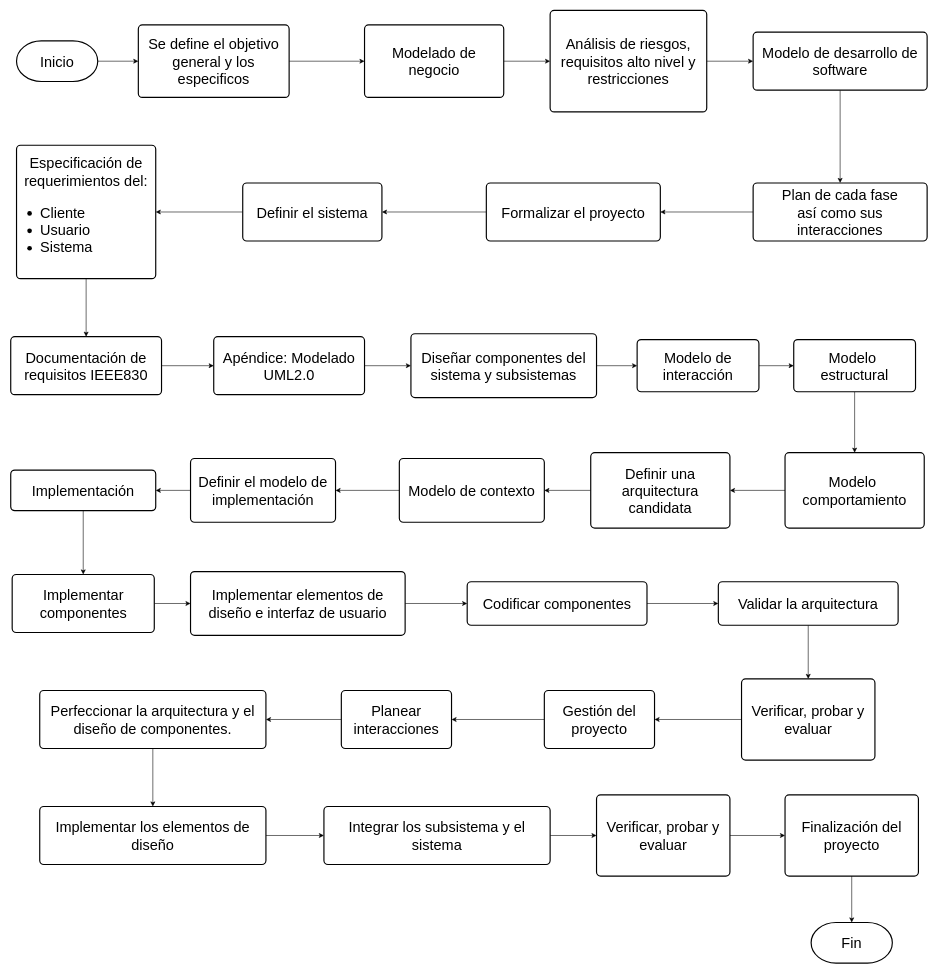
Earlier version of the draw.io diagram diagrams/U1/C0.3_Diagrama.drawio (daivandz/Analisis-Avanzado-de-Software). Source tidied: cells renumbered, new cells numbered last; positions are measured from the earlier drawing's top-left corner, leaving out a move shared by most shapes. Both pictures are drawn from the tidied source at 58%, with x=0, y=0 at pixel (10, 10).
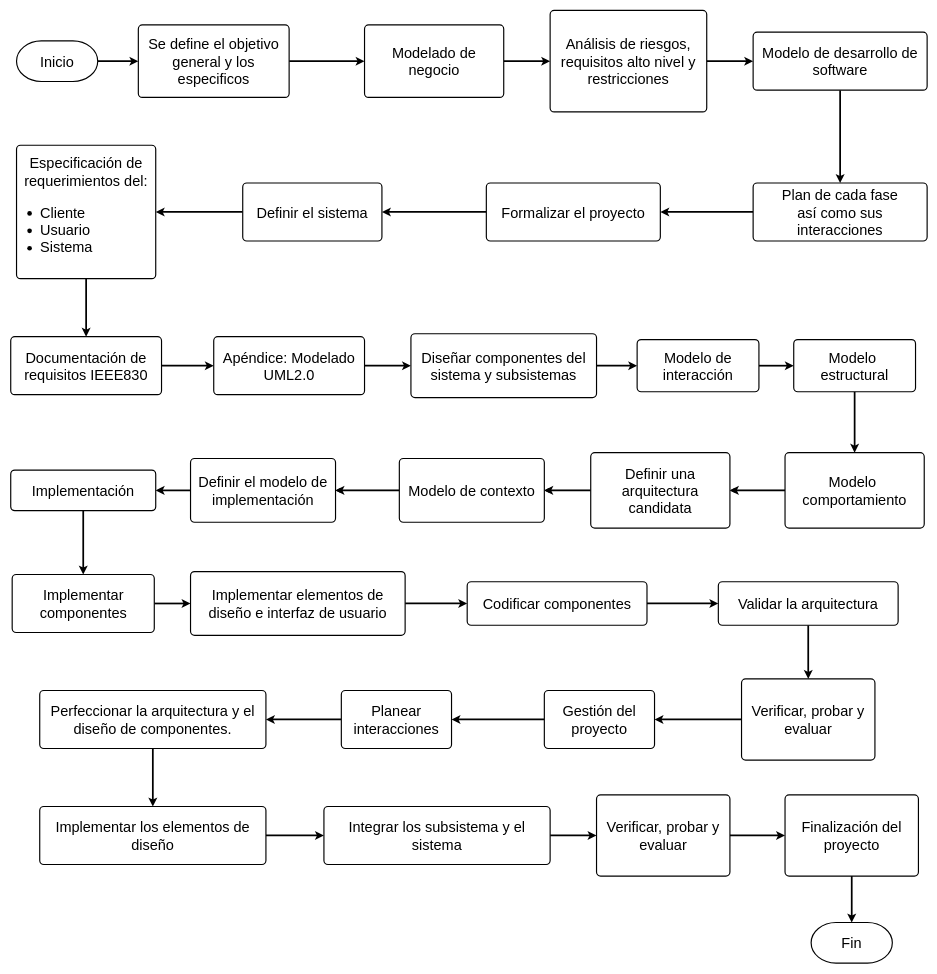
The same page after the edit.

Unchanged cells that the change refers to:
```xml
<mxCell id="3" value="&lt;font style=&quot;font-size: 25px&quot;&gt;Inicio&lt;/font&gt;" style="strokeWidth=2;html=1;shape=mxgraph.flowchart.terminator;whiteSpace=wrap;" parent="1" vertex="1">
<mxCell id="4" value="&lt;font style=&quot;font-size: 25px&quot;&gt;Fin&lt;br&gt;&lt;/font&gt;" style="strokeWidth=2;html=1;shape=mxgraph.flowchart.terminator;whiteSpace=wrap;" parent="1" vertex="1">
<mxCell id="6" value="&lt;font style=&quot;font-size: 25px&quot;&gt;Se define el objetivo general y los especificos&lt;/font&gt;" style="rounded=1;whiteSpace=wrap;html=1;absoluteArcSize=1;arcSize=14;strokeWidth=2;" parent="1" vertex="1">
<mxCell id="8" value="&lt;font style=&quot;font-size: 25px&quot;&gt;Modelado de negocio&lt;/font&gt;" style="rounded=1;whiteSpace=wrap;html=1;absoluteArcSize=1;arcSize=14;strokeWidth=2;" parent="1" vertex="1">
<mxCell id="10" value="&lt;div&gt;&lt;span style=&quot;font-size: 25px&quot;&gt;Análisis de riesgos, requisitos alto nivel y&lt;/span&gt;&lt;/div&gt;&lt;div&gt;&lt;span style=&quot;font-size: 25px&quot;&gt;restricciones&lt;/span&gt;&lt;/div&gt;" style="rounded=1;whiteSpace=wrap;html=1;absoluteArcSize=1;arcSize=14;strokeWidth=2;" parent="1" vertex="1">
<mxCell id="12" value="&lt;div&gt;&lt;span style=&quot;font-size: 25px&quot;&gt;Modelo de desarrollo de software&lt;/span&gt;&lt;/div&gt;" style="rounded=1;whiteSpace=wrap;html=1;absoluteArcSize=1;arcSize=14;strokeWidth=2;" parent="1" vertex="1">
<mxCell id="14" value="&lt;div&gt;&lt;span style=&quot;font-size: 25px&quot;&gt;Plan de cada fase&lt;/span&gt;&lt;/div&gt;&lt;div&gt;&lt;span style=&quot;font-size: 25px&quot;&gt;así como sus interacciones&lt;/span&gt;&lt;/div&gt;" style="rounded=1;whiteSpace=wrap;html=1;absoluteArcSize=1;arcSize=14;strokeWidth=2;" parent="1" vertex="1">
<mxCell id="16" value="&lt;span style=&quot;font-size: 25px&quot;&gt;Formalizar el proyecto&lt;/span&gt;" style="rounded=1;whiteSpace=wrap;html=1;absoluteArcSize=1;arcSize=14;strokeWidth=2;" parent="1" vertex="1">
<mxCell id="19" value="&lt;span style=&quot;font-size: 25px&quot;&gt;Definir el sistema&lt;/span&gt;" style="rounded=1;whiteSpace=wrap;html=1;absoluteArcSize=1;arcSize=14;strokeWidth=2;" parent="1" vertex="1">
<mxCell id="21" value="&lt;span style=&quot;font-size: 25px&quot;&gt;Especificación de requerimientos del:&lt;br&gt;&lt;ul&gt;&lt;li style=&quot;text-align: justify&quot;&gt;&lt;span style=&quot;font-size: 25px&quot;&gt;Cliente&lt;/span&gt;&lt;/li&gt;&lt;li style=&quot;text-align: justify&quot;&gt;&lt;span style=&quot;font-size: 25px&quot;&gt;Usuario&lt;/span&gt;&lt;/li&gt;&lt;li style=&quot;text-align: justify&quot;&gt;&lt;span style=&quot;font-size: 25px&quot;&gt;Sistema&lt;/span&gt;&lt;/li&gt;&lt;/ul&gt;&lt;/span&gt;" style="rounded=1;whiteSpace=wrap;html=1;absoluteArcSize=1;arcSize=14;strokeWidth=2;" parent="1" vertex="1">
<mxCell id="23" value="&lt;span style=&quot;font-size: 25px&quot;&gt;Documentación de requisitos IEEE830&lt;/span&gt;" style="rounded=1;whiteSpace=wrap;html=1;absoluteArcSize=1;arcSize=14;strokeWidth=2;" parent="1" vertex="1">
<mxCell id="25" value="&lt;span style=&quot;font-size: 25px&quot;&gt;Apéndice: Modelado UML2.0&lt;/span&gt;" style="rounded=1;whiteSpace=wrap;html=1;absoluteArcSize=1;arcSize=14;strokeWidth=2;" parent="1" vertex="1">
<mxCell id="27" value="&lt;span style=&quot;font-size: 25px&quot;&gt;Diseñar componentes del sistema y subsistemas&lt;/span&gt;" style="rounded=1;whiteSpace=wrap;html=1;absoluteArcSize=1;arcSize=14;strokeWidth=2;" parent="1" vertex="1">
<mxCell id="29" value="&lt;span style=&quot;font-size: 25px&quot;&gt;Modelo de interacción&lt;/span&gt;" style="rounded=1;whiteSpace=wrap;html=1;absoluteArcSize=1;arcSize=14;strokeWidth=2;" parent="1" vertex="1">
<mxCell id="31" value="&lt;span style=&quot;font-size: 25px&quot;&gt;Modelo&amp;nbsp;&lt;br&gt;&lt;/span&gt;&lt;span style=&quot;font-size: 25px&quot;&gt;estructural&lt;/span&gt;" style="rounded=1;whiteSpace=wrap;html=1;absoluteArcSize=1;arcSize=14;strokeWidth=2;" parent="1" vertex="1">
<mxCell id="33" value="&lt;span style=&quot;font-size: 25px&quot;&gt;Modelo&amp;nbsp;&lt;br&gt;&lt;/span&gt;&lt;span style=&quot;font-size: 25px&quot;&gt;comportamiento&lt;/span&gt;" style="rounded=1;whiteSpace=wrap;html=1;absoluteArcSize=1;arcSize=14;strokeWidth=2;" parent="1" vertex="1">
<mxCell id="35" value="&lt;span style=&quot;font-size: 25px&quot;&gt;Definir una arquitectura candidata&lt;/span&gt;" style="rounded=1;whiteSpace=wrap;html=1;absoluteArcSize=1;arcSize=14;strokeWidth=2;" parent="1" vertex="1">
<mxCell id="37" value="&lt;span style=&quot;font-size: 25px&quot;&gt;Modelo de contexto&lt;/span&gt;" style="rounded=1;whiteSpace=wrap;html=1;absoluteArcSize=1;arcSize=14;strokeWidth=2;" parent="1" vertex="1">
<mxCell id="39" value="&lt;span style=&quot;font-size: 25px&quot;&gt;Definir el modelo de implementación&lt;/span&gt;" style="rounded=1;whiteSpace=wrap;html=1;absoluteArcSize=1;arcSize=14;strokeWidth=2;" parent="1" vertex="1">
<mxCell id="41" value="&lt;span style=&quot;font-size: 25px&quot;&gt;Implementación&lt;/span&gt;" style="rounded=1;whiteSpace=wrap;html=1;absoluteArcSize=1;arcSize=14;strokeWidth=2;" parent="1" vertex="1">
<mxCell id="43" value="&lt;span style=&quot;font-size: 25px&quot;&gt;Implementar componentes&lt;/span&gt;" style="rounded=1;whiteSpace=wrap;html=1;absoluteArcSize=1;arcSize=14;strokeWidth=2;" parent="1" vertex="1">
<mxCell id="45" value="&lt;span style=&quot;font-size: 25px&quot;&gt;Implementar elementos de diseño e interfaz de usuario&lt;/span&gt;" style="rounded=1;whiteSpace=wrap;html=1;absoluteArcSize=1;arcSize=14;strokeWidth=2;" parent="1" vertex="1">
<mxCell id="47" value="&lt;span style=&quot;font-size: 25px&quot;&gt;Codificar componentes&lt;/span&gt;" style="rounded=1;whiteSpace=wrap;html=1;absoluteArcSize=1;arcSize=14;strokeWidth=2;" parent="1" vertex="1">
<mxCell id="49" value="&lt;span style=&quot;font-size: 25px&quot;&gt;Validar la arquitectura&lt;/span&gt;" style="rounded=1;whiteSpace=wrap;html=1;absoluteArcSize=1;arcSize=14;strokeWidth=2;" parent="1" vertex="1">
<mxCell id="51" value="&lt;span style=&quot;font-size: 25px&quot;&gt;Verificar, probar y evaluar&lt;/span&gt;" style="rounded=1;whiteSpace=wrap;html=1;absoluteArcSize=1;arcSize=14;strokeWidth=2;" parent="1" vertex="1">
<mxCell id="53" value="&lt;span style=&quot;font-size: 25px&quot;&gt;Gestión del proyecto&lt;/span&gt;" style="rounded=1;whiteSpace=wrap;html=1;absoluteArcSize=1;arcSize=14;strokeWidth=2;" parent="1" vertex="1">
<mxCell id="55" value="&lt;span style=&quot;font-size: 25px&quot;&gt;Planear interacciones&lt;/span&gt;" style="rounded=1;whiteSpace=wrap;html=1;absoluteArcSize=1;arcSize=14;strokeWidth=2;" parent="1" vertex="1">
<mxCell id="57" value="&lt;span style=&quot;font-size: 25px&quot;&gt;Perfeccionar la arquitectura y el diseño de componentes.&lt;/span&gt;" style="rounded=1;whiteSpace=wrap;html=1;absoluteArcSize=1;arcSize=14;strokeWidth=2;" parent="1" vertex="1">
<mxCell id="59" value="&lt;span style=&quot;font-size: 25px&quot;&gt;Implementar los elementos de diseño&lt;/span&gt;" style="rounded=1;whiteSpace=wrap;html=1;absoluteArcSize=1;arcSize=14;strokeWidth=2;" parent="1" vertex="1">
<mxCell id="61" value="&lt;span style=&quot;font-size: 25px&quot;&gt;Integrar los subsistema y el sistema&lt;/span&gt;" style="rounded=1;whiteSpace=wrap;html=1;absoluteArcSize=1;arcSize=14;strokeWidth=2;" parent="1" vertex="1">
<mxCell id="63" value="&lt;span style=&quot;font-size: 25px&quot;&gt;Verificar, probar y evaluar&lt;/span&gt;" style="rounded=1;whiteSpace=wrap;html=1;absoluteArcSize=1;arcSize=14;strokeWidth=2;" parent="1" vertex="1">
<mxCell id="65" value="&lt;span style=&quot;font-size: 25px&quot;&gt;Finalización del proyecto&lt;/span&gt;" style="rounded=1;whiteSpace=wrap;html=1;absoluteArcSize=1;arcSize=14;strokeWidth=2;" parent="1" vertex="1">
```

Change to the diagram source:
```diff
@@
-    <mxCell id="2" style="edgeStyle=orthogonalEdgeStyle;rounded=0;jettySize=auto;html=1;endSize=6;strokeWidth=1;" parent="1" edge="1" source="3" target="6">
+    <mxCell id="2" style="edgeStyle=orthogonalEdgeStyle;rounded=0;jettySize=auto;html=1;endSize=6;strokeWidth=3;" parent="1" edge="1" source="3" target="6">
       <mxGeometry relative="1" as="geometry" />
     </mxCell>
@@
-    <mxCell id="5" style="edgeStyle=orthogonalEdgeStyle;rounded=0;jettySize=auto;html=1;" parent="1" edge="1" source="6" target="8">
+    <mxCell id="5" style="edgeStyle=orthogonalEdgeStyle;rounded=0;jettySize=auto;html=1;endSize=6;strokeWidth=3;" parent="1" edge="1" source="6" target="8">
       <mxGeometry relative="1" as="geometry" />
     </mxCell>
@@
-    <mxCell id="7" style="edgeStyle=orthogonalEdgeStyle;rounded=0;jettySize=auto;html=1;" parent="1" edge="1" source="8" target="10">
+    <mxCell id="7" style="edgeStyle=orthogonalEdgeStyle;rounded=0;jettySize=auto;html=1;endSize=6;strokeWidth=3;" parent="1" edge="1" source="8" target="10">
       <mxGeometry relative="1" as="geometry" />
     </mxCell>
@@
-    <mxCell id="9" style="edgeStyle=orthogonalEdgeStyle;rounded=0;jettySize=auto;html=1;" parent="1" edge="1" source="10" target="12">
+    <mxCell id="9" style="edgeStyle=orthogonalEdgeStyle;rounded=0;jettySize=auto;html=1;endSize=6;strokeWidth=3;" parent="1" edge="1" source="10" target="12">
       <mxGeometry relative="1" as="geometry" />
     </mxCell>
@@
-    <mxCell id="11" style="edgeStyle=orthogonalEdgeStyle;rounded=0;jettySize=auto;html=1;" parent="1" edge="1" source="12" target="14">
+    <mxCell id="11" style="edgeStyle=orthogonalEdgeStyle;rounded=0;jettySize=auto;html=1;endSize=6;strokeWidth=3;" parent="1" edge="1" source="12" target="14">
       <mxGeometry relative="1" as="geometry" />
     </mxCell>
@@
-    <mxCell id="13" style="edgeStyle=orthogonalEdgeStyle;rounded=0;jettySize=auto;html=1;" parent="1" edge="1" source="14" target="16">
+    <mxCell id="13" style="edgeStyle=orthogonalEdgeStyle;rounded=0;jettySize=auto;html=1;endSize=6;strokeWidth=3;" parent="1" edge="1" source="14" target="16">
       <mxGeometry relative="1" as="geometry" />
     </mxCell>
@@
-    <mxCell id="15" style="edgeStyle=orthogonalEdgeStyle;rounded=0;jettySize=auto;html=1;" parent="1" edge="1" source="16" target="19">
+    <mxCell id="15" style="edgeStyle=orthogonalEdgeStyle;rounded=0;jettySize=auto;html=1;endSize=6;strokeWidth=3;" parent="1" edge="1" source="16" target="19">
       <mxGeometry relative="1" as="geometry" />
     </mxCell>
@@
-    <mxCell id="18" style="edgeStyle=orthogonalEdgeStyle;rounded=0;jettySize=auto;html=1;" parent="1" edge="1" source="19" target="21">
+    <mxCell id="18" style="edgeStyle=orthogonalEdgeStyle;rounded=0;jettySize=auto;html=1;endSize=6;strokeWidth=3;" parent="1" edge="1" source="19" target="21">
       <mxGeometry relative="1" as="geometry" />
     </mxCell>
@@
-    <mxCell id="20" style="edgeStyle=orthogonalEdgeStyle;rounded=0;jettySize=auto;html=1;" parent="1" edge="1" source="21" target="23">
+    <mxCell id="20" style="edgeStyle=orthogonalEdgeStyle;rounded=0;jettySize=auto;html=1;endSize=6;strokeWidth=3;" parent="1" edge="1" source="21" target="23">
       <mxGeometry relative="1" as="geometry" />
     </mxCell>
@@
-    <mxCell id="22" style="edgeStyle=orthogonalEdgeStyle;rounded=0;jettySize=auto;html=1;" parent="1" edge="1" source="23" target="25">
+    <mxCell id="22" style="edgeStyle=orthogonalEdgeStyle;rounded=0;jettySize=auto;html=1;endSize=6;strokeWidth=3;" parent="1" edge="1" source="23" target="25">
       <mxGeometry relative="1" as="geometry" />
     </mxCell>
@@
-    <mxCell id="24" style="edgeStyle=orthogonalEdgeStyle;rounded=0;jettySize=auto;html=1;" parent="1" edge="1" source="25" target="27">
+    <mxCell id="24" style="edgeStyle=orthogonalEdgeStyle;rounded=0;jettySize=auto;html=1;endSize=6;strokeWidth=3;" parent="1" edge="1" source="25" target="27">
       <mxGeometry relative="1" as="geometry" />
     </mxCell>
@@
-    <mxCell id="26" style="edgeStyle=orthogonalEdgeStyle;rounded=0;jettySize=auto;html=1;" parent="1" edge="1" source="27" target="29">
+    <mxCell id="26" style="edgeStyle=orthogonalEdgeStyle;rounded=0;jettySize=auto;html=1;endSize=6;strokeWidth=3;" parent="1" edge="1" source="27" target="29">
       <mxGeometry relative="1" as="geometry" />
     </mxCell>
@@
-    <mxCell id="28" style="edgeStyle=orthogonalEdgeStyle;rounded=0;jettySize=auto;html=1;" parent="1" edge="1" source="29" target="31">
+    <mxCell id="28" style="edgeStyle=orthogonalEdgeStyle;rounded=0;jettySize=auto;html=1;endSize=6;strokeWidth=3;" parent="1" edge="1" source="29" target="31">
       <mxGeometry relative="1" as="geometry" />
     </mxCell>
@@
-    <mxCell id="30" style="edgeStyle=orthogonalEdgeStyle;rounded=0;jettySize=auto;html=1;" parent="1" edge="1" source="31" target="33">
+    <mxCell id="30" style="edgeStyle=orthogonalEdgeStyle;rounded=0;jettySize=auto;html=1;endSize=6;strokeWidth=3;" parent="1" edge="1" source="31" target="33">
       <mxGeometry relative="1" as="geometry" />
     </mxCell>
@@
+    <mxCell id="66" style="edgeStyle=orthogonalEdgeStyle;rounded=0;jettySize=auto;html=1;endSize=6;strokeWidth=3;" parent="1" edge="1" source="33" target="35">
+      <mxGeometry relative="1" as="geometry" />
+    </mxCell>
@@
+    <mxCell id="67" style="edgeStyle=orthogonalEdgeStyle;rounded=0;jettySize=auto;html=1;endSize=6;strokeWidth=3;" parent="1" edge="1" source="35" target="37">
+      <mxGeometry relative="1" as="geometry" />
+    </mxCell>
@@
+    <mxCell id="68" style="edgeStyle=orthogonalEdgeStyle;rounded=0;jettySize=auto;html=1;endSize=6;strokeWidth=3;" parent="1" edge="1" source="37" target="39">
+      <mxGeometry relative="1" as="geometry" />
+    </mxCell>
@@
-    <mxCell id="38" style="edgeStyle=orthogonalEdgeStyle;rounded=0;jettySize=auto;html=1;" parent="1" edge="1" source="39" target="41">
+    <mxCell id="38" style="edgeStyle=orthogonalEdgeStyle;rounded=0;jettySize=auto;html=1;endSize=6;strokeWidth=3;" parent="1" edge="1" source="39" target="41">
       <mxGeometry relative="1" as="geometry" />
     </mxCell>
@@
-    <mxCell id="40" style="edgeStyle=orthogonalEdgeStyle;rounded=0;jettySize=auto;html=1;" parent="1" edge="1" source="41" target="43">
+    <mxCell id="40" style="edgeStyle=orthogonalEdgeStyle;rounded=0;jettySize=auto;html=1;endSize=6;strokeWidth=3;" parent="1" edge="1" source="41" target="43">
       <mxGeometry relative="1" as="geometry" />
     </mxCell>
@@
-    <mxCell id="42" style="edgeStyle=orthogonalEdgeStyle;rounded=0;jettySize=auto;html=1;" parent="1" edge="1" source="43" target="45">
+    <mxCell id="42" style="edgeStyle=orthogonalEdgeStyle;rounded=0;jettySize=auto;html=1;endSize=6;strokeWidth=3;" parent="1" edge="1" source="43" target="45">
       <mxGeometry relative="1" as="geometry" />
     </mxCell>
@@
-    <mxCell id="44" style="edgeStyle=orthogonalEdgeStyle;rounded=0;jettySize=auto;html=1;" parent="1" edge="1" source="45" target="47">
+    <mxCell id="44" style="edgeStyle=orthogonalEdgeStyle;rounded=0;jettySize=auto;html=1;endSize=6;strokeWidth=3;" parent="1" edge="1" source="45" target="47">
       <mxGeometry relative="1" as="geometry" />
     </mxCell>
@@
-    <mxCell id="46" style="edgeStyle=orthogonalEdgeStyle;rounded=0;jettySize=auto;html=1;" parent="1" edge="1" source="47" target="49">
+    <mxCell id="46" style="edgeStyle=orthogonalEdgeStyle;rounded=0;jettySize=auto;html=1;endSize=6;strokeWidth=3;" parent="1" edge="1" source="47" target="49">
       <mxGeometry relative="1" as="geometry" />
     </mxCell>
@@
-    <mxCell id="48" style="edgeStyle=orthogonalEdgeStyle;rounded=0;jettySize=auto;html=1;" parent="1" edge="1" source="49" target="51">
+    <mxCell id="48" style="edgeStyle=orthogonalEdgeStyle;rounded=0;jettySize=auto;html=1;endSize=6;strokeWidth=3;" parent="1" edge="1" source="49" target="51">
       <mxGeometry relative="1" as="geometry" />
     </mxCell>
@@
-    <mxCell id="50" style="edgeStyle=orthogonalEdgeStyle;rounded=0;jettySize=auto;html=1;" parent="1" edge="1" source="51" target="53">
+    <mxCell id="50" style="edgeStyle=orthogonalEdgeStyle;rounded=0;jettySize=auto;html=1;endSize=6;strokeWidth=3;" parent="1" edge="1" source="51" target="53">
       <mxGeometry relative="1" as="geometry" />
     </mxCell>
@@
-    <mxCell id="52" style="edgeStyle=orthogonalEdgeStyle;rounded=0;jettySize=auto;html=1;" parent="1" edge="1" source="53" target="55">
+    <mxCell id="52" style="edgeStyle=orthogonalEdgeStyle;rounded=0;jettySize=auto;html=1;endSize=6;strokeWidth=3;" parent="1" edge="1" source="53" target="55">
       <mxGeometry relative="1" as="geometry" />
     </mxCell>
@@
-    <mxCell id="54" style="edgeStyle=orthogonalEdgeStyle;rounded=0;jettySize=auto;html=1;" parent="1" edge="1" source="55" target="57">
+    <mxCell id="54" style="edgeStyle=orthogonalEdgeStyle;rounded=0;jettySize=auto;html=1;endSize=6;strokeWidth=3;" parent="1" edge="1" source="55" target="57">
       <mxGeometry relative="1" as="geometry" />
     </mxCell>
@@
-    <mxCell id="56" style="edgeStyle=orthogonalEdgeStyle;rounded=0;jettySize=auto;html=1;" parent="1" edge="1" source="57" target="59">
+    <mxCell id="56" style="edgeStyle=orthogonalEdgeStyle;rounded=0;jettySize=auto;html=1;endSize=6;strokeWidth=3;" parent="1" edge="1" source="57" target="59">
       <mxGeometry relative="1" as="geometry" />
     </mxCell>
@@
-    <mxCell id="58" style="edgeStyle=orthogonalEdgeStyle;rounded=0;jettySize=auto;html=1;" parent="1" edge="1" source="59" target="61">
+    <mxCell id="58" style="edgeStyle=orthogonalEdgeStyle;rounded=0;jettySize=auto;html=1;endSize=6;strokeWidth=3;" parent="1" edge="1" source="59" target="61">
       <mxGeometry relative="1" as="geometry" />
     </mxCell>
@@
-    <mxCell id="60" style="edgeStyle=orthogonalEdgeStyle;rounded=0;jettySize=auto;html=1;" parent="1" edge="1" source="61" target="63">
+    <mxCell id="60" style="edgeStyle=orthogonalEdgeStyle;rounded=0;jettySize=auto;html=1;endSize=6;strokeWidth=3;" parent="1" edge="1" source="61" target="63">
       <mxGeometry relative="1" as="geometry" />
     </mxCell>
@@
-    <mxCell id="62" style="edgeStyle=orthogonalEdgeStyle;rounded=0;jettySize=auto;html=1;" parent="1" edge="1" source="63" target="65">
+    <mxCell id="62" style="edgeStyle=orthogonalEdgeStyle;rounded=0;jettySize=auto;html=1;endSize=6;strokeWidth=3;" parent="1" edge="1" source="63" target="65">
       <mxGeometry relative="1" as="geometry" />
     </mxCell>
@@
-    <mxCell id="64" style="edgeStyle=orthogonalEdgeStyle;rounded=0;jettySize=auto;html=1;" parent="1" edge="1" source="65" target="4">
+    <mxCell id="64" style="edgeStyle=orthogonalEdgeStyle;rounded=0;jettySize=auto;html=1;endSize=6;strokeWidth=3;" parent="1" edge="1" source="65" target="4">
       <mxGeometry relative="1" as="geometry" />
     </mxCell>
```
